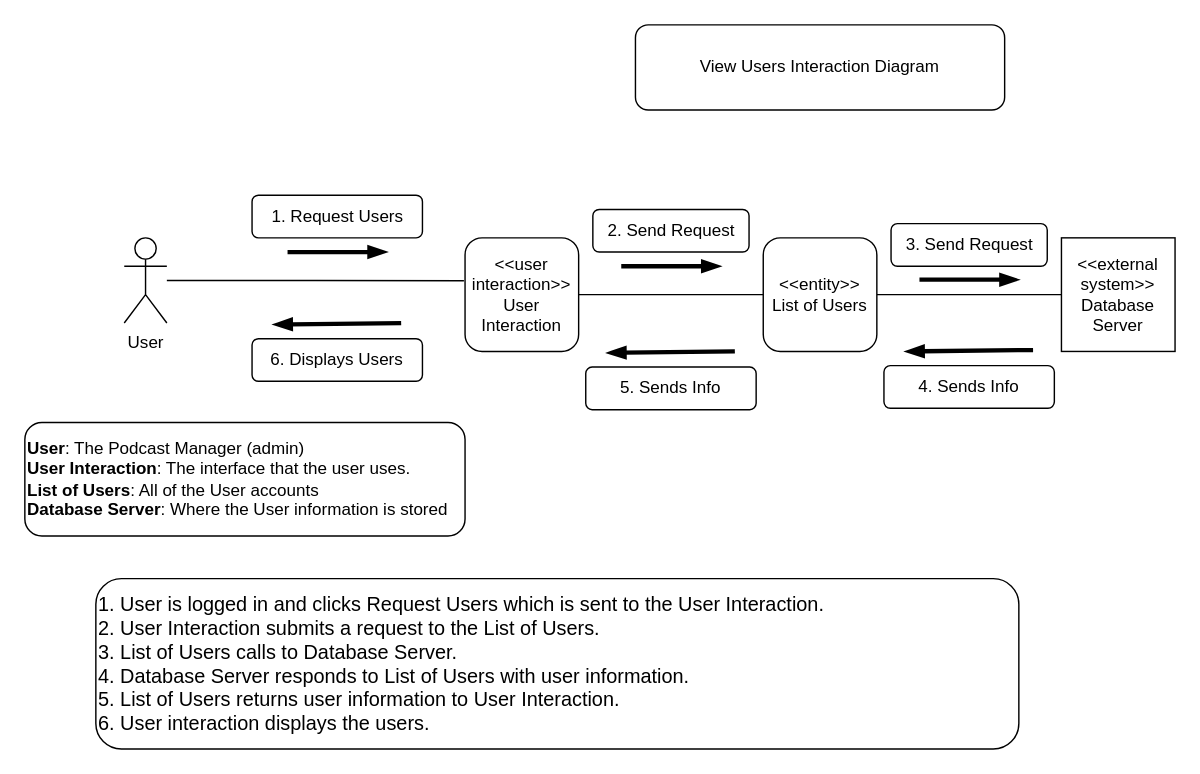
Above: D5-DynamicModeling/view_users_interaction.drawio in Glizzus/COMP-3700 (draw.io), before the change. Source tidied: cells renumbered, new cells numbered last; positions are measured from the earlier drawing's top-left corner, leaving out a move shared by most shapes. Both pictures are drawn from the tidied source at 142%, with x=0, y=0 at pixel (24, 24).
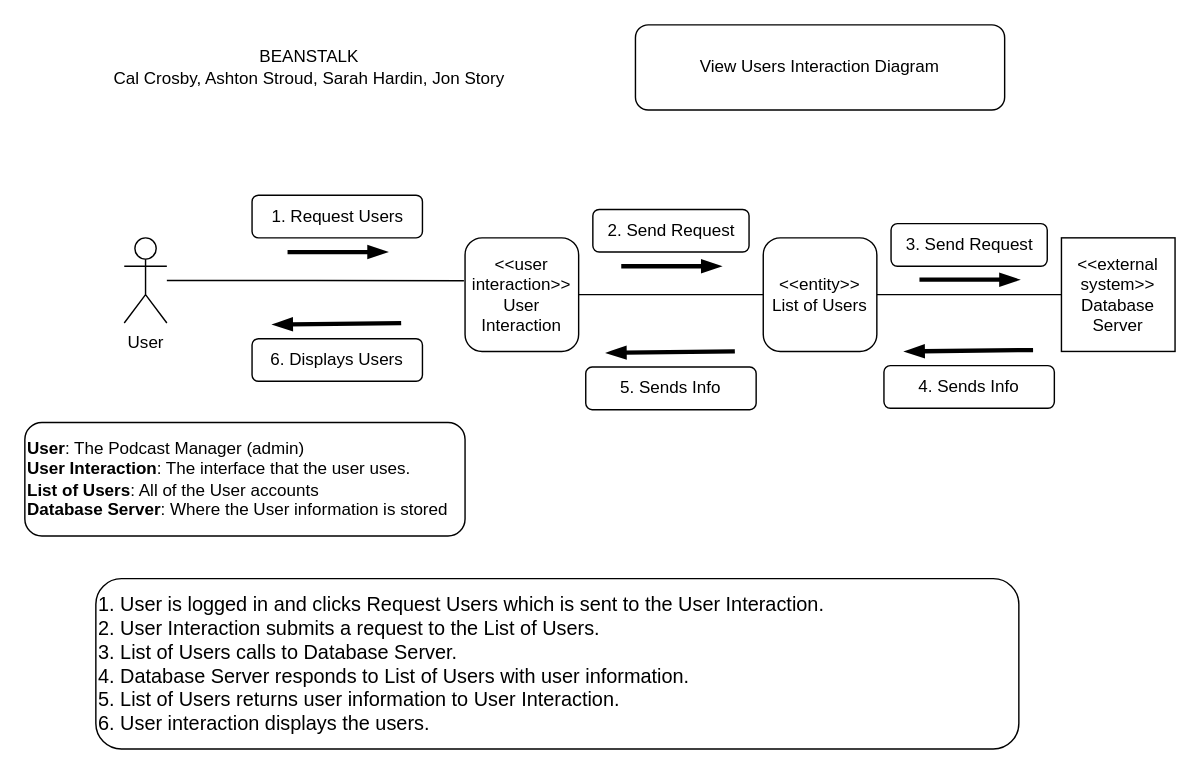
After the change.

Commit message (it also covers changes not shown here):
did social media

The edit, as a diff of the source:
```diff
@@
+    <mxCell id="24" value="BEANSTALK&lt;br&gt;Cal Crosby, Ashton Stroud, Sarah Hardin, Jon Story" style="text;html=1;align=center;verticalAlign=middle;strokeColor=none;fillColor=none;" parent="1" vertex="1">
+      <mxGeometry x="50" y="10" width="300" height="40" as="geometry" />
+    </mxCell>
```
